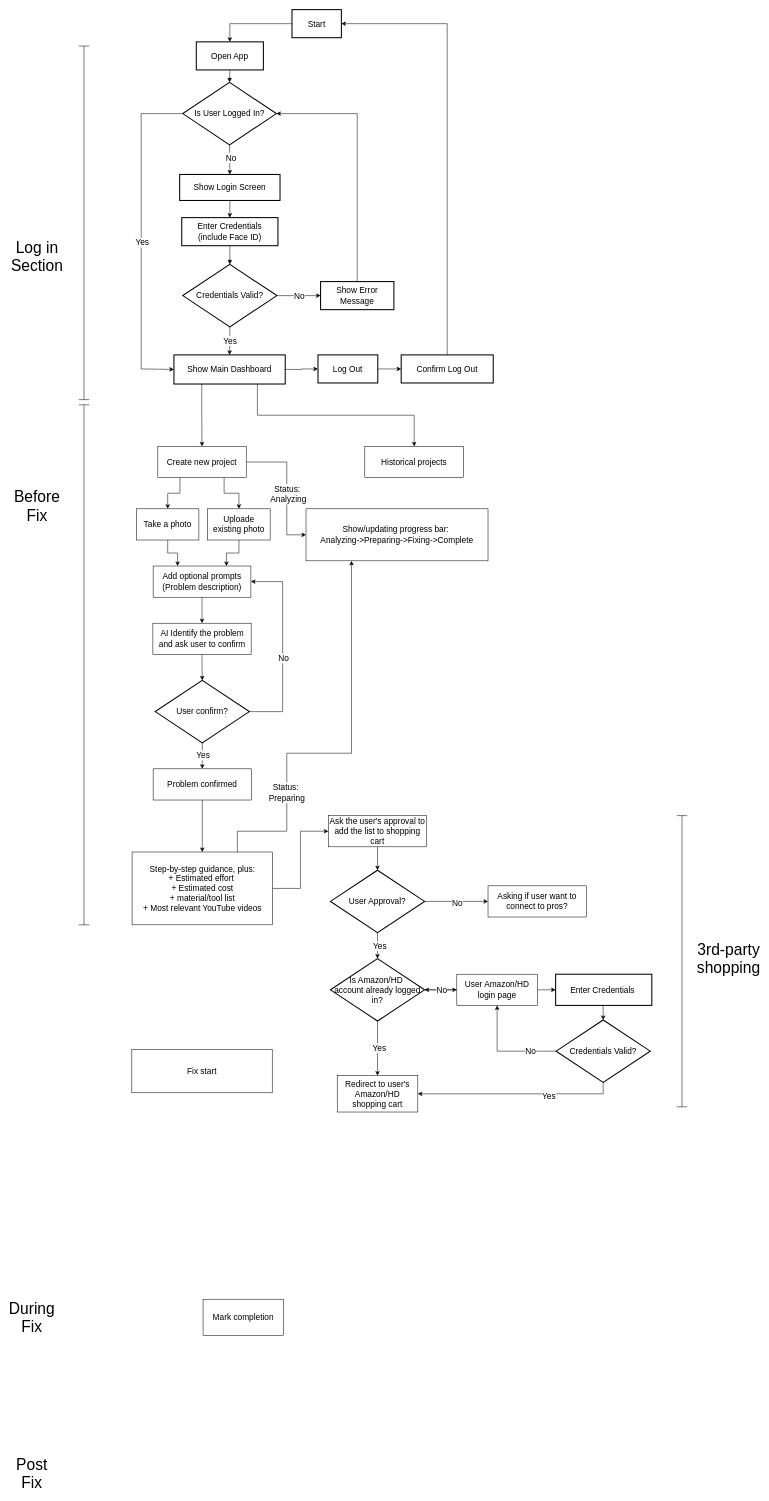
chaunceysun82/MyHandyAI keeps this draw.io diagram as App flow diiagram.drawio. Above is the earlier version. Source tidied: cells renumbered, new cells numbered last; positions are measured from the earlier drawing's top-left corner, leaving out a move shared by most shapes. Both pictures are drawn from the tidied source at 52%, with x=0, y=0 at pixel (16, 9).
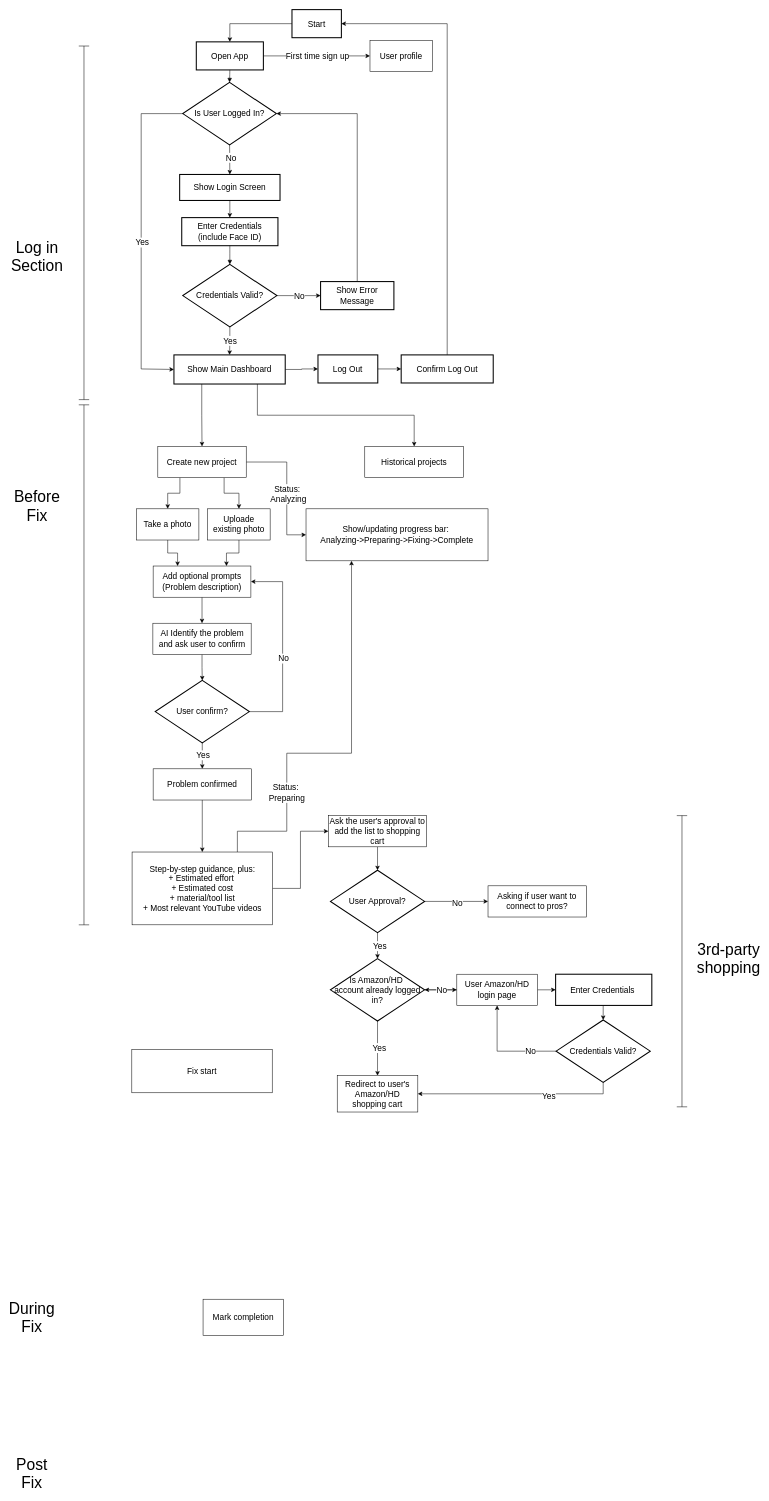
The same page after the edit.

Unchanged cells that the change refers to:
```xml
<mxCell id="4" value="Open App" style="whiteSpace=wrap;strokeWidth=2;fontSize=16;" parent="1" vertex="1">
  <mxGeometry x="346" y="62" width="129" height="54" as="geometry" />
</mxCell>
```

Diff of the diagram source:
```diff
@@
+    <mxCell id="90" style="edgeStyle=orthogonalEdgeStyle;rounded=0;jettySize=auto;html=1;exitX=1;exitY=0.5;exitDx=0;exitDy=0;entryX=0;entryY=0.5;entryDx=0;entryDy=0;" parent="1" edge="1" source="4" target="92">
+      <mxGeometry relative="1" as="geometry" />
+    </mxCell>
+    <mxCell id="91" value="First time sign up" style="edgeLabel;html=1;align=center;verticalAlign=middle;fontSize=16;" parent="90" vertex="1">
+      <mxGeometry x="-0.29" y="1" relative="1" as="geometry">
+        <mxPoint x="30" y="1" as="offset" />
+      </mxGeometry>
+    </mxCell>
@@
+    <mxCell id="92" value="User profile" style="rounded=0;whiteSpace=wrap;html=1;fontSize=16;" parent="1" vertex="1">
+      <mxGeometry x="680" y="59" width="120" height="60" as="geometry" />
+    </mxCell>
```
